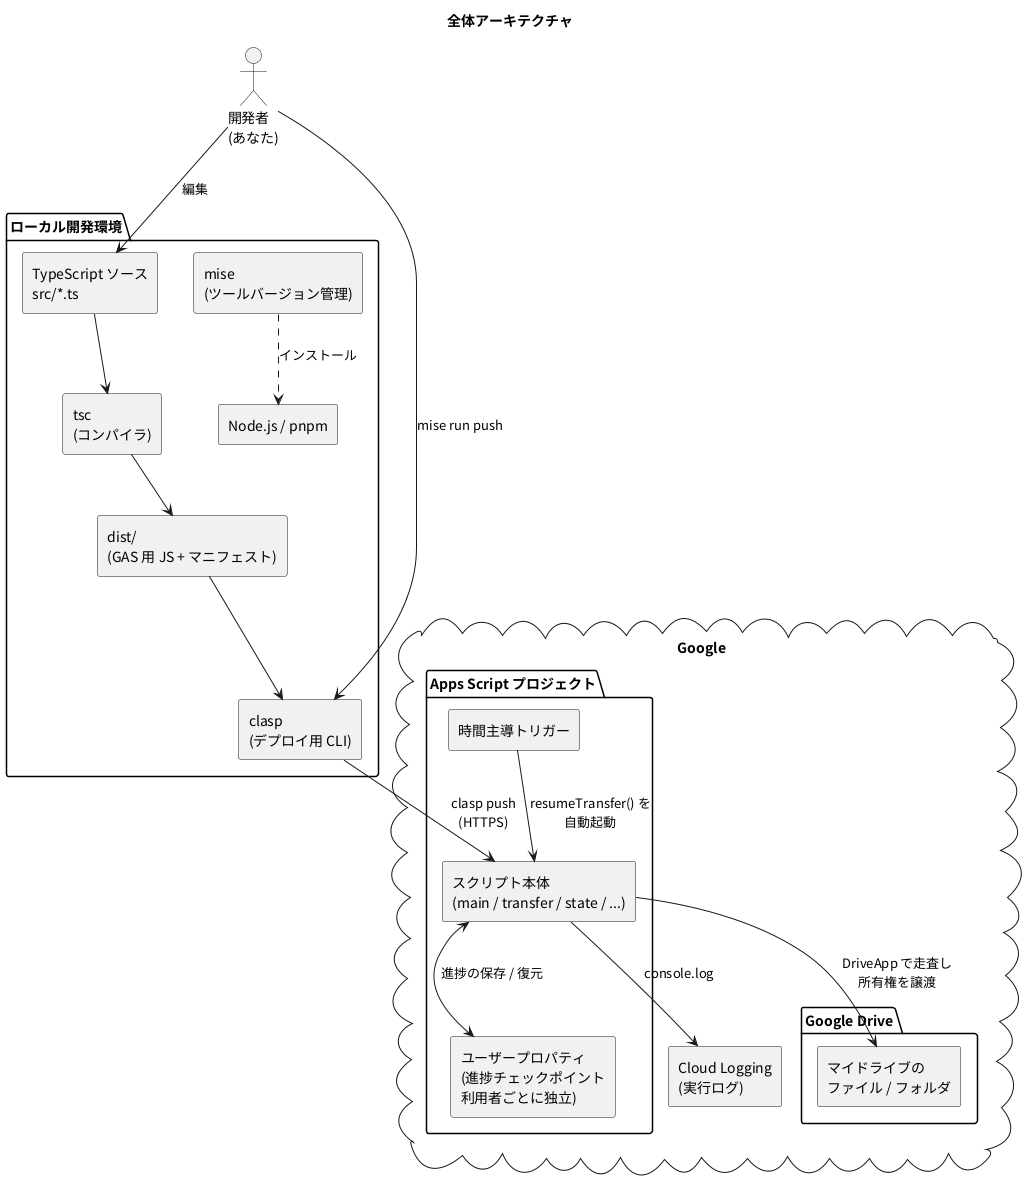
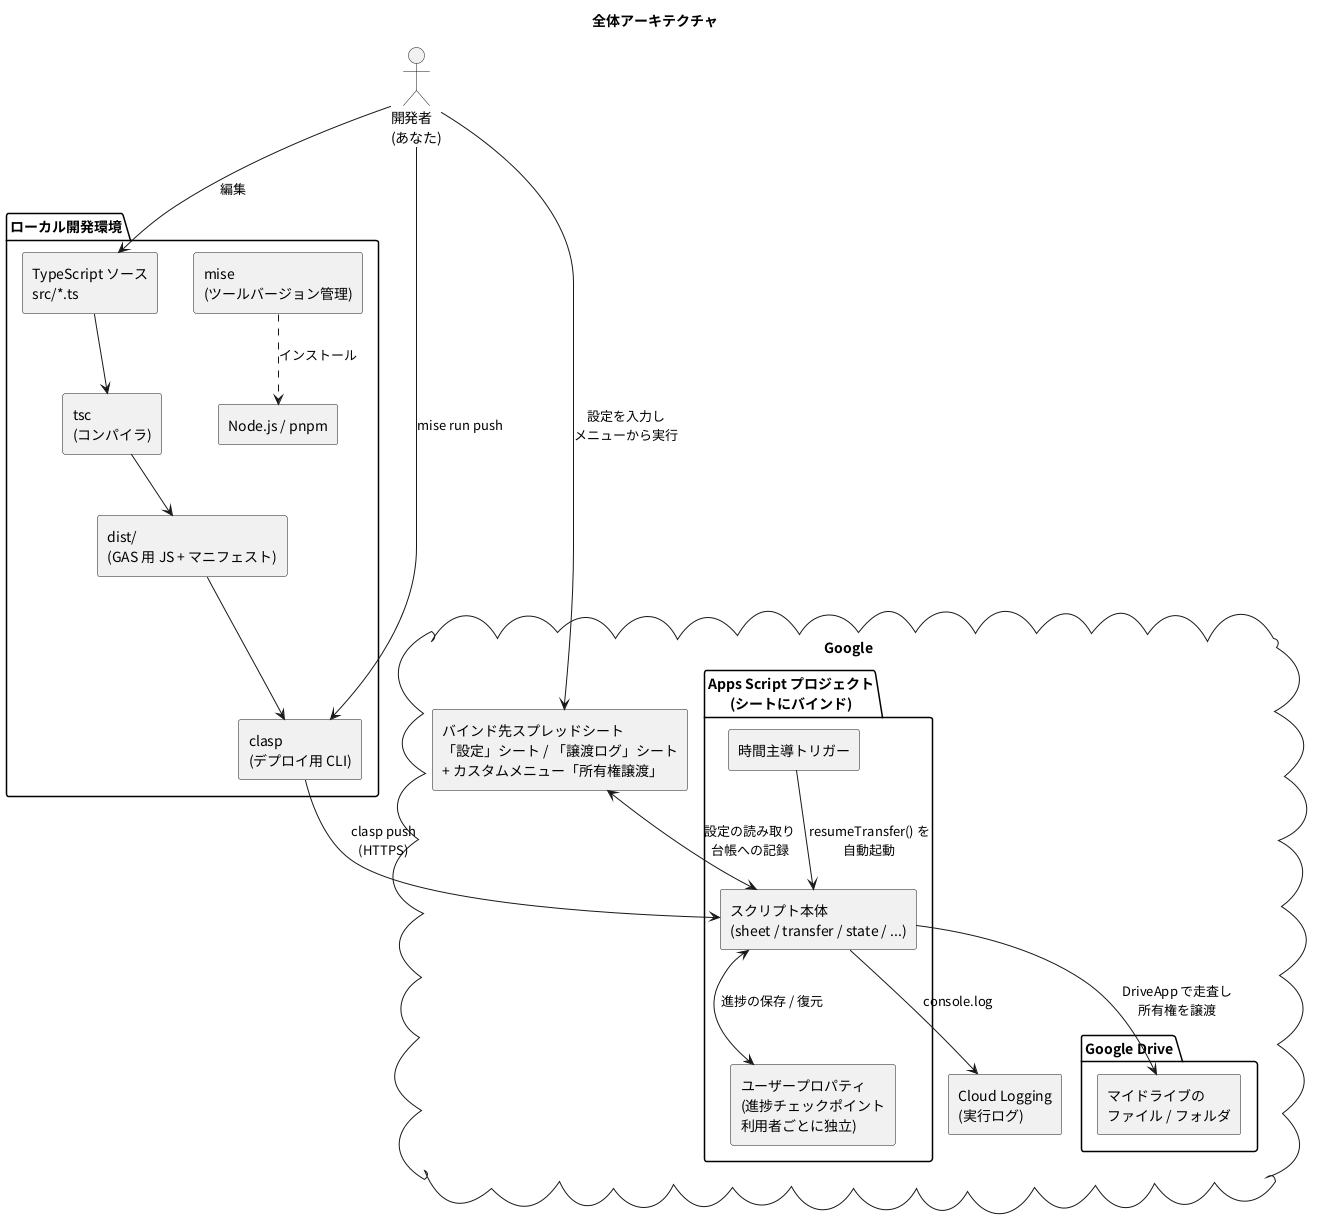
@startuml 01_architecture
title 全体アーキテクチャ
skinparam defaultFontName "Noto Sans CJK JP"
skinparam shadowing false
skinparam componentStyle rectangle

actor "開発者\n(あなた)" as dev

package "ローカル開発環境" {
  component "mise\n(ツールバージョン管理)" as mise
  component "Node.js / pnpm" as node
  component "TypeScript ソース\nsrc/*.ts" as src
  component "tsc\n(コンパイラ)" as tsc
  component "dist/\n(GAS 用 JS + マニフェスト)" as dist
  component "clasp\n(デプロイ用 CLI)" as clasp

  mise ..> node : インストール
  src --> tsc
  tsc --> dist
  dist --> clasp
}

cloud "Google" {
-   package "Apps Script プロジェクト" {
-     component "スクリプト本体\n(main / transfer / state / ...)" as gas
+   component "バインド先スプレッドシート\n「設定」シート / 「譲渡ログ」シート\n+ カスタムメニュー「所有権譲渡」" as sheet
+   package "Apps Script プロジェクト\n(シートにバインド)" {
+     component "スクリプト本体\n(sheet / transfer / state / ...)" as gas
    component "時間主導トリガー" as trigger
    component "ユーザープロパティ\n(進捗チェックポイント\n利用者ごとに独立)" as props
  }
  component "Cloud Logging\n(実行ログ)" as logging
  package "Google Drive" {
    component "マイドライブの\nファイル / フォルダ" as drive
  }
}

dev --> src : 編集
dev --> clasp : mise run push
+ dev --> sheet : 設定を入力し\nメニューから実行
clasp --> gas : clasp push\n(HTTPS)
+ sheet <--> gas : 設定の読み取り\n台帳への記録
gas --> drive : DriveApp で走査し\n所有権を譲渡
gas <--> props : 進捗の保存 / 復元
trigger --> gas : resumeTransfer() を\n自動起動
gas --> logging : console.log
@enduml
